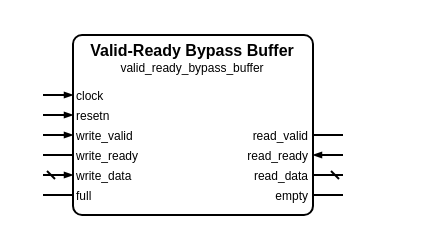
Before: sources/data/valid_ready/bypass_buffer/valid_ready_bypass_buffer.symbol.drawio in Louis-DR/OmniCores-BuildingBlocks, a draw.io diagram. Source tidied: cells renumbered, new cells numbered last; positions are measured from the earlier drawing's top-left corner, leaving out a move shared by most shapes. Both pictures are drawn from the tidied source at 200%, with x=0, y=0 at pixel (42, 34).
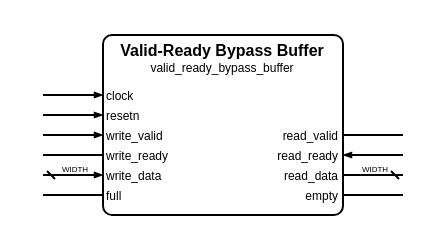
Above is the later version.

Diff of the diagram source:
```diff
@@
     <mxCell id="2" style="group;" parent="1" vertex="1">
-      <mxGeometry width="150" height="90" as="geometry" />
+      <mxGeometry width="180" height="90" as="geometry" />
     </mxCell>
     <mxCell id="3" style="rounded=1;arcSize=5;fillColor=none;strokeWidth=1;strokeColor=black;whiteSpace=wrap;html=1;" parent="2" vertex="1">
-      <mxGeometry x="15" width="120" height="90" as="geometry" />
+      <mxGeometry x="30" width="120" height="90" as="geometry" />
     </mxCell>
     <mxCell id="4" value="Valid-Ready Bypass Buffer" style="text;html=1;align=center;verticalAlign=middle;whiteSpace=wrap;rounded=0;fontSize=8;fontStyle=1;fontColor=black;" parent="2" vertex="1">
-      <mxGeometry x="15" y="7" width="120" as="geometry" />
+      <mxGeometry x="30" y="7" width="120" as="geometry" />
     </mxCell>
     <mxCell id="5" value="valid_ready_bypass_buffer" style="text;html=1;align=center;verticalAlign=middle;whiteSpace=wrap;rounded=0;fontSize=6;fontStyle=0;fontColor=black;" parent="2" vertex="1">
-      <mxGeometry x="15" y="16" width="120" as="geometry" />
+      <mxGeometry x="30" y="16" width="120" as="geometry" />
     </mxCell>
     <mxCell id="6" value="clock" style="text;html=1;align=left;verticalAlign=middle;whiteSpace=wrap;rounded=0;fontSize=6;fontStyle=0;fontColor=black;" parent="2" vertex="1">
-      <mxGeometry x="15" y="30" width="120" as="geometry" />
+      <mxGeometry x="30" y="30" width="120" as="geometry" />
     </mxCell>
     <mxCell id="7" style="html=1;rounded=1;strokeWidth=1;strokeColor=black;startFill=0;startSize=2;startArrow=none;endFill=1;endSize=2;endArrow=blockThin;sourcePerimeterSpacing=0;" parent="2" edge="1">
       <mxGeometry relative="1" as="geometry">
         <mxPoint y="30" as="sourcePoint" />
-        <mxPoint x="15" y="30" as="targetPoint" />
+        <mxPoint x="30" y="30" as="targetPoint" />
       </mxGeometry>
     </mxCell>
     <mxCell id="8" value="resetn" style="text;html=1;align=left;verticalAlign=middle;whiteSpace=wrap;rounded=0;fontSize=6;fontStyle=0;fontColor=black;" parent="2" vertex="1">
-      <mxGeometry x="15" y="40" width="120" as="geometry" />
+      <mxGeometry x="30" y="40" width="120" as="geometry" />
     </mxCell>
     <mxCell id="9" style="html=1;rounded=1;strokeWidth=1;strokeColor=black;startFill=0;startSize=2;startArrow=none;endFill=1;endSize=2;endArrow=blockThin;sourcePerimeterSpacing=0;" parent="2" edge="1">
       <mxGeometry relative="1" as="geometry">
         <mxPoint y="40" as="sourcePoint" />
-        <mxPoint x="15" y="40" as="targetPoint" />
+        <mxPoint x="30" y="40" as="targetPoint" />
       </mxGeometry>
     </mxCell>
     <mxCell id="10" value="write_valid" style="text;html=1;align=left;verticalAlign=middle;whiteSpace=wrap;rounded=0;fontSize=6;fontStyle=0;fontColor=black;" parent="2" vertex="1">
-      <mxGeometry x="15" y="50" width="120" as="geometry" />
+      <mxGeometry x="30" y="50" width="120" as="geometry" />
     </mxCell>
     <mxCell id="11" style="html=1;rounded=1;strokeWidth=1;strokeColor=black;startFill=0;startSize=2;startArrow=none;endFill=1;endSize=2;endArrow=blockThin;sourcePerimeterSpacing=0;" parent="2" edge="1">
       <mxGeometry relative="1" as="geometry">
         <mxPoint y="50" as="sourcePoint" />
-        <mxPoint x="15" y="50" as="targetPoint" />
+        <mxPoint x="30" y="50" as="targetPoint" />
       </mxGeometry>
     </mxCell>
     <mxCell id="12" value="read_valid" style="text;html=1;align=right;verticalAlign=middle;whiteSpace=wrap;rounded=0;fontSize=6;fontStyle=0;fontColor=black;" parent="2" vertex="1">
-      <mxGeometry x="15" y="50" width="120" as="geometry" />
+      <mxGeometry x="30" y="50" width="120" as="geometry" />
     </mxCell>
     <mxCell id="13" style="html=1;rounded=1;strokeWidth=1;strokeColor=black;startFill=0;startSize=2;startArrow=none;endFill=1;endSize=2;endArrow=none;sourcePerimeterSpacing=0;" parent="2" edge="1">
       <mxGeometry relative="1" as="geometry">
-        <mxPoint x="150" y="50" as="sourcePoint" />
-        <mxPoint x="135" y="50" as="targetPoint" />
+        <mxPoint x="180" y="50" as="sourcePoint" />
+        <mxPoint x="150" y="50" as="targetPoint" />
       </mxGeometry>
     </mxCell>
     <mxCell id="14" value="write_ready" style="text;html=1;align=left;verticalAlign=middle;whiteSpace=wrap;rounded=0;fontSize=6;fontStyle=0;fontColor=black;" parent="2" vertex="1">
-      <mxGeometry x="15" y="60" width="120" as="geometry" />
+      <mxGeometry x="30" y="60" width="120" as="geometry" />
     </mxCell>
     <mxCell id="15" style="html=1;rounded=1;strokeWidth=1;strokeColor=black;startFill=0;startSize=2;startArrow=none;endFill=1;endSize=2;endArrow=none;sourcePerimeterSpacing=0;" parent="2" edge="1">
       <mxGeometry relative="1" as="geometry">
         <mxPoint y="60" as="sourcePoint" />
-        <mxPoint x="15" y="60" as="targetPoint" />
+        <mxPoint x="30" y="60" as="targetPoint" />
       </mxGeometry>
     </mxCell>
     <mxCell id="16" value="read_ready" style="text;html=1;align=right;verticalAlign=middle;whiteSpace=wrap;rounded=0;fontSize=6;fontStyle=0;fontColor=black;" parent="2" vertex="1">
-      <mxGeometry x="15" y="60" width="120" as="geometry" />
+      <mxGeometry x="30" y="60" width="120" as="geometry" />
     </mxCell>
     <mxCell id="17" style="html=1;rounded=1;strokeWidth=1;strokeColor=black;startFill=0;startSize=2;startArrow=none;endFill=1;endSize=2;endArrow=blockThin;sourcePerimeterSpacing=0;" parent="2" edge="1">
       <mxGeometry relative="1" as="geometry">
-        <mxPoint x="150" y="60" as="sourcePoint" />
-        <mxPoint x="135" y="60" as="targetPoint" />
+        <mxPoint x="180" y="60" as="sourcePoint" />
+        <mxPoint x="150" y="60" as="targetPoint" />
       </mxGeometry>
     </mxCell>
     <mxCell id="18" value="write_data" style="text;html=1;align=left;verticalAlign=middle;whiteSpace=wrap;rounded=0;fontSize=6;fontStyle=0;fontColor=black;" parent="2" vertex="1">
-      <mxGeometry x="15" y="70" width="120" as="geometry" />
+      <mxGeometry x="30" y="70" width="120" as="geometry" />
     </mxCell>
     <mxCell id="19" style="html=1;rounded=1;strokeWidth=1;strokeColor=black;startFill=0;startSize=2;startArrow=dash;endFill=1;endSize=2;endArrow=blockThin;sourcePerimeterSpacing=0;" parent="2" edge="1">
       <mxGeometry relative="1" as="geometry">
         <mxPoint y="70" as="sourcePoint" />
-        <mxPoint x="15" y="70" as="targetPoint" />
+        <mxPoint x="30" y="70" as="targetPoint" />
       </mxGeometry>
     </mxCell>
+    <mxCell id="26" value="WIDTH" style="text;html=1;align=center;verticalAlign=middle;whiteSpace=nowrap;rounded=0;fontSize=4;fontStyle=0;fontColor=black;" parent="2" vertex="1">
+      <mxGeometry x="15" y="67" as="geometry" />
+    </mxCell>
     <mxCell id="20" value="read_data" style="text;html=1;align=right;verticalAlign=middle;whiteSpace=wrap;rounded=0;fontSize=6;fontStyle=0;fontColor=black;" parent="2" vertex="1">
-      <mxGeometry x="15" y="70" width="120" as="geometry" />
+      <mxGeometry x="30" y="70" width="120" as="geometry" />
     </mxCell>
     <mxCell id="21" style="html=1;rounded=1;strokeWidth=1;strokeColor=black;startFill=0;startSize=2;startArrow=dash;endFill=1;endSize=2;endArrow=none;sourcePerimeterSpacing=0;" parent="2" edge="1">
       <mxGeometry relative="1" as="geometry">
-        <mxPoint x="150" y="70" as="sourcePoint" />
-        <mxPoint x="135" y="70" as="targetPoint" />
+        <mxPoint x="180" y="70" as="sourcePoint" />
+        <mxPoint x="150" y="70" as="targetPoint" />
       </mxGeometry>
     </mxCell>
+    <mxCell id="27" value="WIDTH" style="text;html=1;align=center;verticalAlign=middle;whiteSpace=nowrap;rounded=0;fontSize=4;fontStyle=0;fontColor=black;" parent="2" vertex="1">
+      <mxGeometry x="165" y="67" as="geometry" />
+    </mxCell>
     <mxCell id="22" value="full" style="text;html=1;align=left;verticalAlign=middle;whiteSpace=wrap;rounded=0;fontSize=6;fontStyle=0;fontColor=black;" parent="2" vertex="1">
-      <mxGeometry x="15" y="80" width="120" as="geometry" />
+      <mxGeometry x="30" y="80" width="120" as="geometry" />
     </mxCell>
     <mxCell id="23" style="html=1;rounded=1;strokeWidth=1;strokeColor=black;startFill=0;startSize=2;startArrow=none;endFill=1;endSize=2;endArrow=none;sourcePerimeterSpacing=0;" parent="2" edge="1">
       <mxGeometry relative="1" as="geometry">
         <mxPoint y="80" as="sourcePoint" />
-        <mxPoint x="15" y="80" as="targetPoint" />
+        <mxPoint x="30" y="80" as="targetPoint" />
       </mxGeometry>
     </mxCell>
     <mxCell id="24" value="empty" style="text;html=1;align=right;verticalAlign=middle;whiteSpace=wrap;rounded=0;fontSize=6;fontStyle=0;fontColor=black;" parent="2" vertex="1">
-      <mxGeometry x="15" y="80" width="120" as="geometry" />
+      <mxGeometry x="30" y="80" width="120" as="geometry" />
     </mxCell>
     <mxCell id="25" style="html=1;rounded=1;strokeWidth=1;strokeColor=black;startFill=0;startSize=2;startArrow=none;endFill=1;endSize=2;endArrow=none;sourcePerimeterSpacing=0;" parent="2" edge="1">
       <mxGeometry relative="1" as="geometry">
-        <mxPoint x="150" y="80" as="sourcePoint" />
-        <mxPoint x="135" y="80" as="targetPoint" />
+        <mxPoint x="180" y="80" as="sourcePoint" />
+        <mxPoint x="150" y="80" as="targetPoint" />
       </mxGeometry>
     </mxCell>
```
